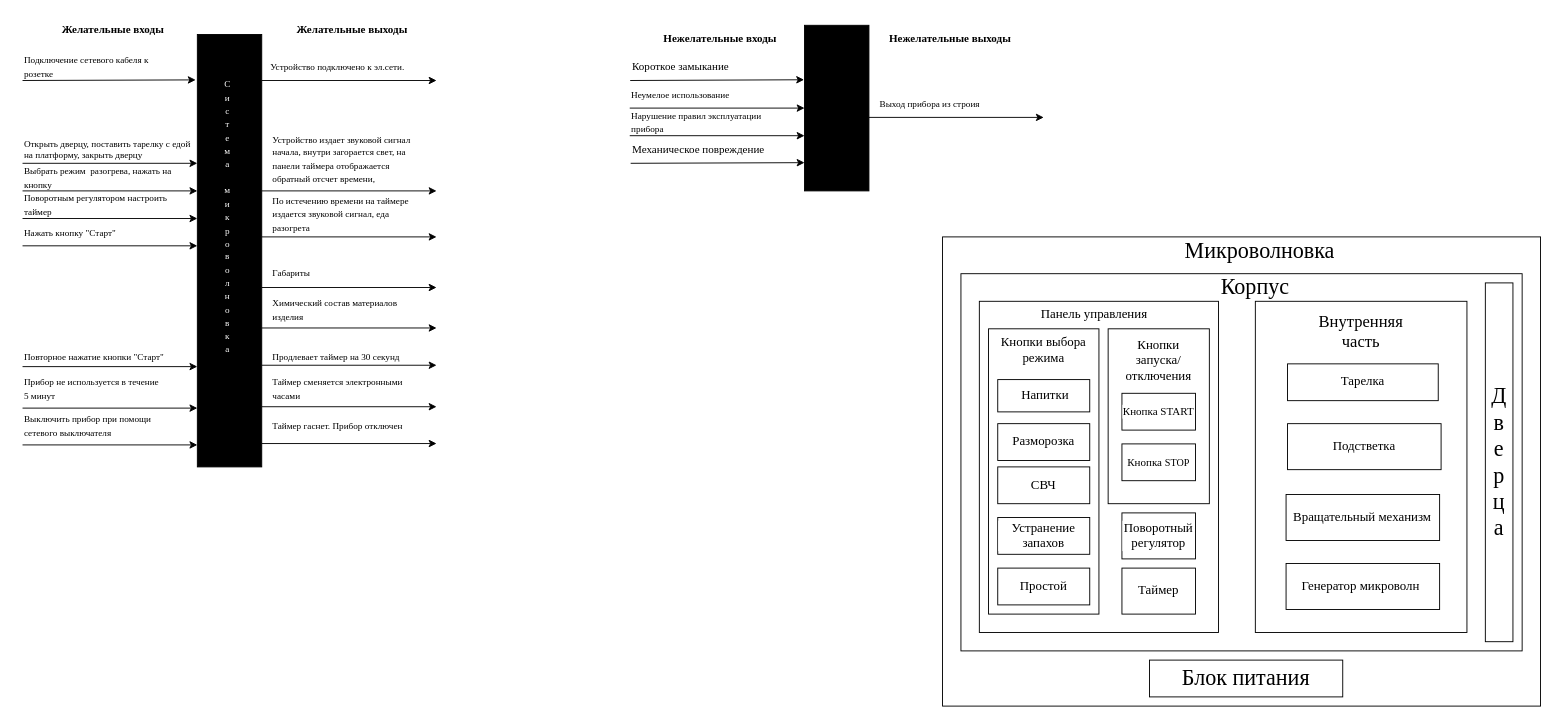
Before: microwave.drawio in Maquim4/repository_for_challenge, a draw.io diagram. Source tidied: cells renumbered, new cells numbered last; positions are measured from the earlier drawing's top-left corner, leaving out a move shared by most shapes. Both pictures are drawn from the tidied source at 92%, with x=0, y=0 at pixel (22, 16).
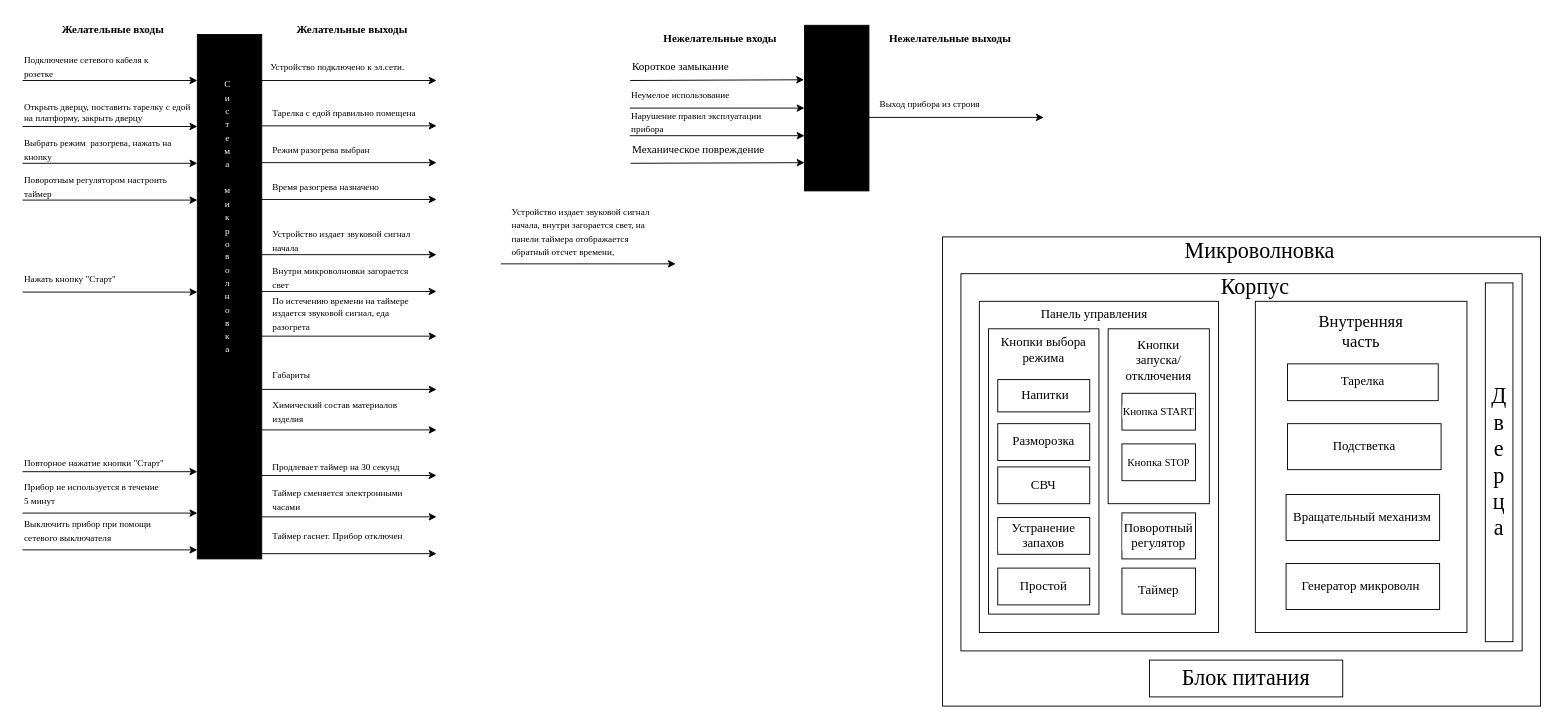
The same diagram, later.

Change to the diagram source:
```diff
@@
     <mxCell id="2" style="rounded=0;whiteSpace=wrap;html=1;fillColor=#000000;" parent="1" vertex="1">
-      <mxGeometry x="190" y="20" width="70" height="470" as="geometry" />
+      <mxGeometry x="190" y="20" width="70" height="570" as="geometry" />
     </mxCell>
@@
-    <mxCell id="7" style="endArrow=classic;html=1;rounded=0;fontFamily=Times New Roman;fontSize=10;entryX=-0.026;entryY=0.105;entryDx=0;entryDy=0;entryPerimeter=0;" parent="1" edge="1" target="2">
-      <mxGeometry relative="1" as="geometry">
-        <mxPoint y="70" as="sourcePoint" />
-      </mxGeometry>
-    </mxCell>
     <mxCell id="8" style="endArrow=classic;html=1;rounded=0;fontFamily=Times New Roman;fontSize=10;entryX=0;entryY=0.152;entryDx=0;entryDy=0;entryPerimeter=0;" parent="1" edge="1">
       <mxGeometry relative="1" as="geometry">
-        <mxPoint y="160" as="sourcePoint" />
-        <mxPoint x="190" y="160" as="targetPoint" />
+        <mxPoint y="120" as="sourcePoint" />
+        <mxPoint x="190" y="120" as="targetPoint" />
       </mxGeometry>
     </mxCell>
@@
     <mxCell id="11" value="Открыть дверцу, поставить тарелку с едой на платформу, закрыть дверцу&amp;nbsp;" style="text;html=1;strokeColor=none;fillColor=none;align=left;verticalAlign=middle;whiteSpace=wrap;rounded=0;fontSize=10;fontFamily=Times New Roman;" parent="1" vertex="1">
-      <mxGeometry y="130" width="190" height="30" as="geometry" />
+      <mxGeometry y="90" width="190" height="30" as="geometry" />
     </mxCell>
     <mxCell id="12" value="&lt;span style=&quot;font-size: 10px;&quot;&gt;Выбрать режим&amp;nbsp; разогрева, нажать на кнопку&amp;nbsp;&lt;/span&gt;" style="text;html=1;strokeColor=none;fillColor=none;align=left;verticalAlign=middle;whiteSpace=wrap;rounded=0;fontFamily=Times New Roman;" parent="1" vertex="1">
-      <mxGeometry y="160" width="170" height="30" as="geometry" />
+      <mxGeometry y="130" width="170" height="30" as="geometry" />
     </mxCell>
     <mxCell id="13" style="endArrow=classic;html=1;rounded=0;fontFamily=Times New Roman;fontSize=10;entryX=0;entryY=0.152;entryDx=0;entryDy=0;entryPerimeter=0;" parent="1" edge="1">
       <mxGeometry relative="1" as="geometry">
-        <mxPoint y="190" as="sourcePoint" />
-        <mxPoint x="190" y="190" as="targetPoint" />
+        <mxPoint y="160" as="sourcePoint" />
+        <mxPoint x="190" y="160" as="targetPoint" />
       </mxGeometry>
     </mxCell>
     <mxCell id="14" value="&lt;span style=&quot;font-size: 10px;&quot;&gt;Поворотным регулятором настроить таймер&lt;/span&gt;" style="text;html=1;strokeColor=none;fillColor=none;align=left;verticalAlign=middle;whiteSpace=wrap;rounded=0;fontFamily=Times New Roman;" parent="1" vertex="1">
-      <mxGeometry y="190" width="170" height="30" as="geometry" />
+      <mxGeometry y="170" width="170" height="30" as="geometry" />
     </mxCell>
     <mxCell id="15" style="endArrow=classic;html=1;rounded=0;fontFamily=Times New Roman;fontSize=10;entryX=0;entryY=0.152;entryDx=0;entryDy=0;entryPerimeter=0;" parent="1" edge="1">
       <mxGeometry relative="1" as="geometry">
-        <mxPoint y="220" as="sourcePoint" />
-        <mxPoint x="190" y="220" as="targetPoint" />
+        <mxPoint y="200" as="sourcePoint" />
+        <mxPoint x="190" y="200" as="targetPoint" />
       </mxGeometry>
     </mxCell>
     <mxCell id="16" value="&lt;span style=&quot;font-size: 10px;&quot;&gt;Нажать кнопку &quot;Старт&quot;&lt;/span&gt;" style="text;html=1;strokeColor=none;fillColor=none;align=left;verticalAlign=middle;whiteSpace=wrap;rounded=0;fontFamily=Times New Roman;" parent="1" vertex="1">
-      <mxGeometry y="219.7" width="170" height="30" as="geometry" />
+      <mxGeometry y="270" width="170" height="30" as="geometry" />
     </mxCell>
     <mxCell id="17" style="endArrow=classic;html=1;rounded=0;fontFamily=Times New Roman;fontSize=10;entryX=0;entryY=0.152;entryDx=0;entryDy=0;entryPerimeter=0;" parent="1" edge="1">
       <mxGeometry relative="1" as="geometry">
-        <mxPoint y="249.7" as="sourcePoint" />
-        <mxPoint x="190" y="249.7" as="targetPoint" />
+        <mxPoint y="300" as="sourcePoint" />
+        <mxPoint x="190" y="300" as="targetPoint" />
       </mxGeometry>
     </mxCell>
     <mxCell id="18" value="&lt;span style=&quot;font-size: 10px;&quot;&gt;Устройство издает звуковой сигнал начала, внутри загорается свет, на панели таймера отображается обратный отсчет времени,&lt;/span&gt;" style="text;html=1;strokeColor=none;fillColor=none;align=left;verticalAlign=middle;whiteSpace=wrap;rounded=0;fontFamily=Times New Roman;" parent="1" vertex="1">
-      <mxGeometry x="270" y="140" width="170" height="30" as="geometry" />
+      <mxGeometry x="530" y="219.3" width="170" height="30" as="geometry" />
     </mxCell>
     <mxCell id="19" style="endArrow=classic;html=1;rounded=0;fontFamily=Times New Roman;fontSize=10;entryX=0;entryY=0.152;entryDx=0;entryDy=0;entryPerimeter=0;" parent="1" edge="1">
       <mxGeometry relative="1" as="geometry">
-        <mxPoint x="260" y="190" as="sourcePoint" />
-        <mxPoint x="450" y="190" as="targetPoint" />
+        <mxPoint x="520" y="269.3" as="sourcePoint" />
+        <mxPoint x="710" y="269.3" as="targetPoint" />
       </mxGeometry>
     </mxCell>
     <mxCell id="20" value="&lt;font style=&quot;font-size: 10px;&quot;&gt;По истечению времени на таймере издается звуковой сигнал, еда разогрета&amp;nbsp;&amp;nbsp;&lt;/font&gt;" style="text;html=1;strokeColor=none;fillColor=none;align=left;verticalAlign=middle;whiteSpace=wrap;rounded=0;fontFamily=Times New Roman;" parent="1" vertex="1">
-      <mxGeometry x="270" y="199.9" width="170" height="30" as="geometry" />
+      <mxGeometry x="270" y="307.9" width="170" height="30" as="geometry" />
     </mxCell>
     <mxCell id="21" style="endArrow=classic;html=1;rounded=0;fontFamily=Times New Roman;fontSize=10;entryX=0;entryY=0.152;entryDx=0;entryDy=0;entryPerimeter=0;" parent="1" edge="1">
       <mxGeometry relative="1" as="geometry">
-        <mxPoint x="260" y="240" as="sourcePoint" />
-        <mxPoint x="450" y="240" as="targetPoint" />
+        <mxPoint x="260" y="347.9" as="sourcePoint" />
+        <mxPoint x="450" y="347.9" as="targetPoint" />
       </mxGeometry>
     </mxCell>
     <mxCell id="22" value="&lt;font style=&quot;font-size: 10px;&quot;&gt;Габариты&lt;/font&gt;" style="text;html=1;strokeColor=none;fillColor=none;align=left;verticalAlign=middle;whiteSpace=wrap;rounded=0;fontFamily=Times New Roman;" parent="1" vertex="1">
-      <mxGeometry x="270" y="264" width="170" height="30" as="geometry" />
+      <mxGeometry x="270" y="374.8" width="170" height="30" as="geometry" />
     </mxCell>
     <mxCell id="23" style="endArrow=classic;html=1;rounded=0;fontFamily=Times New Roman;fontSize=10;entryX=0;entryY=0.152;entryDx=0;entryDy=0;entryPerimeter=0;" parent="1" edge="1">
       <mxGeometry relative="1" as="geometry">
-        <mxPoint x="260" y="295" as="sourcePoint" />
-        <mxPoint x="450" y="295" as="targetPoint" />
+        <mxPoint x="260" y="405.8" as="sourcePoint" />
+        <mxPoint x="450" y="405.8" as="targetPoint" />
       </mxGeometry>
     </mxCell>
     <mxCell id="24" value="&lt;span style=&quot;font-size: 10px;&quot;&gt;Химический состав материалов изделия&lt;/span&gt;" style="text;html=1;strokeColor=none;fillColor=none;align=left;verticalAlign=middle;whiteSpace=wrap;rounded=0;fontFamily=Times New Roman;" parent="1" vertex="1">
-      <mxGeometry x="270" y="303.9" width="170" height="30" as="geometry" />
+      <mxGeometry x="270" y="414.7" width="170" height="30" as="geometry" />
     </mxCell>
     <mxCell id="25" style="endArrow=classic;html=1;rounded=0;fontFamily=Times New Roman;fontSize=10;entryX=0;entryY=0.152;entryDx=0;entryDy=0;entryPerimeter=0;" parent="1" edge="1">
       <mxGeometry relative="1" as="geometry">
-        <mxPoint x="260" y="339" as="sourcePoint" />
-        <mxPoint x="450" y="339" as="targetPoint" />
+        <mxPoint x="260" y="449.8" as="sourcePoint" />
+        <mxPoint x="450" y="449.8" as="targetPoint" />
       </mxGeometry>
     </mxCell>
     <mxCell id="26" value="&lt;font style=&quot;font-size: 10px;&quot;&gt;Повторное нажатие кнопки &quot;Старт&quot;&amp;nbsp;&lt;/font&gt;" style="text;html=1;strokeColor=none;fillColor=none;align=left;verticalAlign=middle;whiteSpace=wrap;rounded=0;fontFamily=Times New Roman;" parent="1" vertex="1">
-      <mxGeometry y="354.9" width="170" height="30" as="geometry" />
+      <mxGeometry y="470" width="170" height="30" as="geometry" />
     </mxCell>
     <mxCell id="27" style="endArrow=classic;html=1;rounded=0;fontFamily=Times New Roman;fontSize=10;entryX=0;entryY=0.152;entryDx=0;entryDy=0;entryPerimeter=0;" parent="1" edge="1">
       <mxGeometry relative="1" as="geometry">
-        <mxPoint y="381" as="sourcePoint" />
-        <mxPoint x="190" y="381" as="targetPoint" />
+        <mxPoint y="495.2" as="sourcePoint" />
+        <mxPoint x="190" y="495.2" as="targetPoint" />
       </mxGeometry>
     </mxCell>
     <mxCell id="28" value="&lt;font style=&quot;font-size: 10px;&quot;&gt;Продлевает таймер на 30 секунд&lt;/font&gt;" style="text;html=1;strokeColor=none;fillColor=none;align=left;verticalAlign=middle;whiteSpace=wrap;rounded=0;fontFamily=Times New Roman;" parent="1" vertex="1">
-      <mxGeometry x="270" y="354.9" width="170" height="30" as="geometry" />
+      <mxGeometry x="270" y="474.7" width="170" height="30" as="geometry" />
     </mxCell>
     <mxCell id="29" style="endArrow=classic;html=1;rounded=0;fontFamily=Times New Roman;fontSize=10;entryX=0;entryY=0.152;entryDx=0;entryDy=0;entryPerimeter=0;" parent="1" edge="1">
       <mxGeometry relative="1" as="geometry">
-        <mxPoint x="260" y="379.5" as="sourcePoint" />
-        <mxPoint x="450" y="379.5" as="targetPoint" />
+        <mxPoint x="260" y="499.3" as="sourcePoint" />
+        <mxPoint x="450" y="499.3" as="targetPoint" />
       </mxGeometry>
     </mxCell>
     <mxCell id="30" value="&lt;font style=&quot;font-size: 10px;&quot;&gt;Прибор не используется в течение&lt;br/&gt;5 минут&lt;/font&gt;" style="text;html=1;strokeColor=none;fillColor=none;align=left;verticalAlign=middle;whiteSpace=wrap;rounded=0;fontFamily=Times New Roman;" parent="1" vertex="1">
-      <mxGeometry y="390" width="170" height="30" as="geometry" />
+      <mxGeometry y="504.2" width="170" height="30" as="geometry" />
     </mxCell>
     <mxCell id="31" style="endArrow=classic;html=1;rounded=0;fontFamily=Times New Roman;fontSize=10;entryX=0;entryY=0.152;entryDx=0;entryDy=0;entryPerimeter=0;" parent="1" edge="1">
       <mxGeometry relative="1" as="geometry">
-        <mxPoint y="426.1" as="sourcePoint" />
-        <mxPoint x="190" y="426.1" as="targetPoint" />
+        <mxPoint y="540.2" as="sourcePoint" />
+        <mxPoint x="190" y="540.2" as="targetPoint" />
       </mxGeometry>
     </mxCell>
     <mxCell id="32" value="&lt;span style=&quot;font-size: 10px;&quot;&gt;Таймер сменяется электронными часами&lt;/span&gt;" style="text;html=1;strokeColor=none;fillColor=none;align=left;verticalAlign=middle;whiteSpace=wrap;rounded=0;fontFamily=Times New Roman;" parent="1" vertex="1">
-      <mxGeometry x="270" y="390" width="170" height="30" as="geometry" />
+      <mxGeometry x="270" y="509.7" width="170" height="30" as="geometry" />
     </mxCell>
     <mxCell id="33" value="&lt;font style=&quot;font-size: 10px;&quot;&gt;Выключить прибор при помощи&lt;br&gt;сетевого выключателя&lt;/font&gt;" style="text;html=1;strokeColor=none;fillColor=none;align=left;verticalAlign=middle;whiteSpace=wrap;rounded=0;fontFamily=Times New Roman;" parent="1" vertex="1">
-      <mxGeometry y="430" width="170" height="30" as="geometry" />
+      <mxGeometry y="544.2" width="170" height="30" as="geometry" />
     </mxCell>
     <mxCell id="34" style="endArrow=classic;html=1;rounded=0;fontFamily=Times New Roman;fontSize=10;entryX=0;entryY=0.152;entryDx=0;entryDy=0;entryPerimeter=0;" parent="1" edge="1">
       <mxGeometry relative="1" as="geometry">
-        <mxPoint y="466.1" as="sourcePoint" />
-        <mxPoint x="190" y="466.1" as="targetPoint" />
+        <mxPoint y="580.2" as="sourcePoint" />
+        <mxPoint x="190" y="580.2" as="targetPoint" />
       </mxGeometry>
     </mxCell>
     <mxCell id="35" style="endArrow=classic;html=1;rounded=0;fontFamily=Times New Roman;fontSize=10;entryX=0;entryY=0.152;entryDx=0;entryDy=0;entryPerimeter=0;" parent="1" edge="1">
       <mxGeometry relative="1" as="geometry">
-        <mxPoint x="260" y="424.6" as="sourcePoint" />
-        <mxPoint x="450" y="424.6" as="targetPoint" />
+        <mxPoint x="260" y="544.3" as="sourcePoint" />
+        <mxPoint x="450" y="544.3" as="targetPoint" />
       </mxGeometry>
     </mxCell>
     <mxCell id="36" value="&lt;font style=&quot;font-size: 10px;&quot;&gt;Таймер гаснет. Прибор отключен&lt;/font&gt;" style="text;html=1;strokeColor=none;fillColor=none;align=left;verticalAlign=middle;whiteSpace=wrap;rounded=0;fontFamily=Times New Roman;" parent="1" vertex="1">
-      <mxGeometry x="270" y="430" width="170" height="30" as="geometry" />
+      <mxGeometry x="270" y="549.7" width="170" height="30" as="geometry" />
     </mxCell>
     <mxCell id="37" style="endArrow=classic;html=1;rounded=0;fontFamily=Times New Roman;fontSize=10;entryX=0;entryY=0.152;entryDx=0;entryDy=0;entryPerimeter=0;" parent="1" edge="1">
       <mxGeometry relative="1" as="geometry">
-        <mxPoint x="260" y="464.6" as="sourcePoint" />
-        <mxPoint x="450" y="464.6" as="targetPoint" />
+        <mxPoint x="260" y="584.3" as="sourcePoint" />
+        <mxPoint x="450" y="584.3" as="targetPoint" />
       </mxGeometry>
     </mxCell>
@@
+    <mxCell id="78" value="&lt;span style=&quot;font-size: 10px;&quot;&gt;Тарелка с едой правильно помещена&lt;/span&gt;" style="text;html=1;strokeColor=none;fillColor=none;align=left;verticalAlign=middle;whiteSpace=wrap;rounded=0;fontFamily=Times New Roman;" parent="1" vertex="1">
+      <mxGeometry x="270" y="90" width="170" height="30" as="geometry" />
+    </mxCell>
+    <mxCell id="79" style="endArrow=classic;html=1;rounded=0;fontFamily=Times New Roman;fontSize=10;entryX=0;entryY=0.152;entryDx=0;entryDy=0;entryPerimeter=0;" parent="1" edge="1">
+      <mxGeometry relative="1" as="geometry">
+        <mxPoint x="260" y="119.3" as="sourcePoint" />
+        <mxPoint x="450" y="119.3" as="targetPoint" />
+      </mxGeometry>
+    </mxCell>
+    <mxCell id="80" value="&lt;font style=&quot;font-size: 10px;&quot;&gt;Устройство издает звуковой сигнал начала&lt;/font&gt;" style="text;html=1;strokeColor=none;fillColor=none;align=left;verticalAlign=middle;whiteSpace=wrap;rounded=0;fontFamily=Times New Roman;" parent="1" vertex="1">
+      <mxGeometry x="270" y="229.3" width="170" height="30" as="geometry" />
+    </mxCell>
+    <mxCell id="81" style="endArrow=classic;html=1;rounded=0;fontFamily=Times New Roman;fontSize=10;entryX=0;entryY=0.152;entryDx=0;entryDy=0;entryPerimeter=0;" parent="1" edge="1">
+      <mxGeometry relative="1" as="geometry">
+        <mxPoint x="260" y="259.3" as="sourcePoint" />
+        <mxPoint x="450" y="259.3" as="targetPoint" />
+      </mxGeometry>
+    </mxCell>
+    <mxCell id="82" value="&lt;font style=&quot;font-size: 10px;&quot;&gt;Внутри микроволновки загорается свет&lt;/font&gt;" style="text;html=1;strokeColor=none;fillColor=none;align=left;verticalAlign=middle;whiteSpace=wrap;rounded=0;fontFamily=Times New Roman;" parent="1" vertex="1">
+      <mxGeometry x="270" y="268.6" width="170" height="30" as="geometry" />
+    </mxCell>
+    <mxCell id="83" style="endArrow=classic;html=1;rounded=0;fontFamily=Times New Roman;fontSize=10;entryX=0;entryY=0.152;entryDx=0;entryDy=0;entryPerimeter=0;" parent="1" edge="1">
+      <mxGeometry relative="1" as="geometry">
+        <mxPoint x="260" y="299.3" as="sourcePoint" />
+        <mxPoint x="450" y="299.3" as="targetPoint" />
+      </mxGeometry>
+    </mxCell>
+    <mxCell id="84" value="&lt;span style=&quot;font-size: 10px;&quot;&gt;Режим разогрева выбран&lt;/span&gt;" style="text;html=1;strokeColor=none;fillColor=none;align=left;verticalAlign=middle;whiteSpace=wrap;rounded=0;fontFamily=Times New Roman;" parent="1" vertex="1">
+      <mxGeometry x="270" y="130" width="170" height="30" as="geometry" />
+    </mxCell>
+    <mxCell id="85" style="endArrow=classic;html=1;rounded=0;fontFamily=Times New Roman;fontSize=10;entryX=0;entryY=0.152;entryDx=0;entryDy=0;entryPerimeter=0;" parent="1" edge="1">
+      <mxGeometry relative="1" as="geometry">
+        <mxPoint x="260" y="159.3" as="sourcePoint" />
+        <mxPoint x="450" y="159.3" as="targetPoint" />
+      </mxGeometry>
+    </mxCell>
+    <mxCell id="86" value="&lt;span style=&quot;font-size: 10px;&quot;&gt;Время разогрева назначено&lt;/span&gt;" style="text;html=1;strokeColor=none;fillColor=none;align=left;verticalAlign=middle;whiteSpace=wrap;rounded=0;fontFamily=Times New Roman;" parent="1" vertex="1">
+      <mxGeometry x="270" y="170" width="170" height="30" as="geometry" />
+    </mxCell>
+    <mxCell id="87" style="endArrow=classic;html=1;rounded=0;fontFamily=Times New Roman;fontSize=10;entryX=0;entryY=0.152;entryDx=0;entryDy=0;entryPerimeter=0;" parent="1" edge="1">
+      <mxGeometry relative="1" as="geometry">
+        <mxPoint x="260" y="199.3" as="sourcePoint" />
+        <mxPoint x="450" y="199.3" as="targetPoint" />
+      </mxGeometry>
+    </mxCell>
+    <mxCell id="88" style="endArrow=classic;html=1;rounded=0;fontFamily=Times New Roman;fontSize=10;entryX=0;entryY=0.152;entryDx=0;entryDy=0;entryPerimeter=0;" parent="1" edge="1">
+      <mxGeometry relative="1" as="geometry">
+        <mxPoint y="70" as="sourcePoint" />
+        <mxPoint x="190" y="70" as="targetPoint" />
+      </mxGeometry>
+    </mxCell>
```
